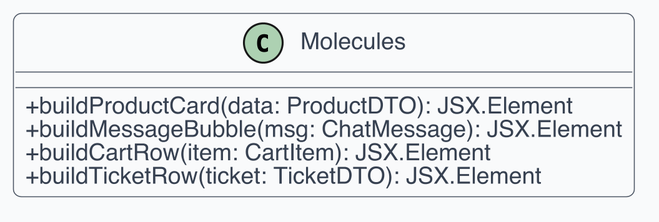
Before: src/PB/Documentazione Esterna/Contenuti/componenti_specifiche_tecniche/assets/uml_frontend/25_molecules.png, a diagram exported from PlantUML (swenightpro/Documentazione). Its diagram source:
```plantuml
@startuml
!include _style.iuml
class Molecules {
  +buildProductCard(data: ProductDTO): JSX.Element
  +buildMessageBubble(msg: ChatMessage): JSX.Element
  +buildCartRow(item: CartItem): JSX.Element
  +buildTicketRow(ticket: TicketDTO): JSX.Element
}
@enduml
```
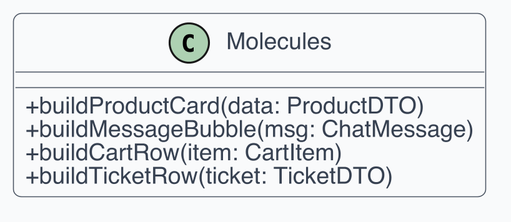
The same diagram one commit later.

The edit, as a diff of the source:
```diff
@@ -1,9 +1,25 @@
 @startuml
-!include _style.iuml
-class Molecules {
-  +buildProductCard(data: ProductDTO): JSX.Element
-  +buildMessageBubble(msg: ChatMessage): JSX.Element
-  +buildCartRow(item: CartItem): JSX.Element
-  +buildTicketRow(ticket: TicketDTO): JSX.Element
+skinparam dpi 300
+skinparam shadowing false
+skinparam backgroundColor White
+skinparam defaultFontName Helvetica
+skinparam defaultFontSize 12
+skinparam ArrowColor #4B5563
+skinparam ArrowThickness 1
+skinparam roundcorner 8
+skinparam class {
+  BackgroundColor #F9FAFB
+  BorderColor #4B5563
+  FontColor #111827
+  AttributeFontColor #374151
+  StereotypeFontColor #6B7280
+}
+skinparam classAttributeIconSize 0
+
+class "Molecules" as C1 {
+  + buildProductCard(data: ProductDTO)
+  + buildMessageBubble(msg: ChatMessage)
+  + buildCartRow(item: CartItem)
+  + buildTicketRow(ticket: TicketDTO)
 }
 @enduml
```
